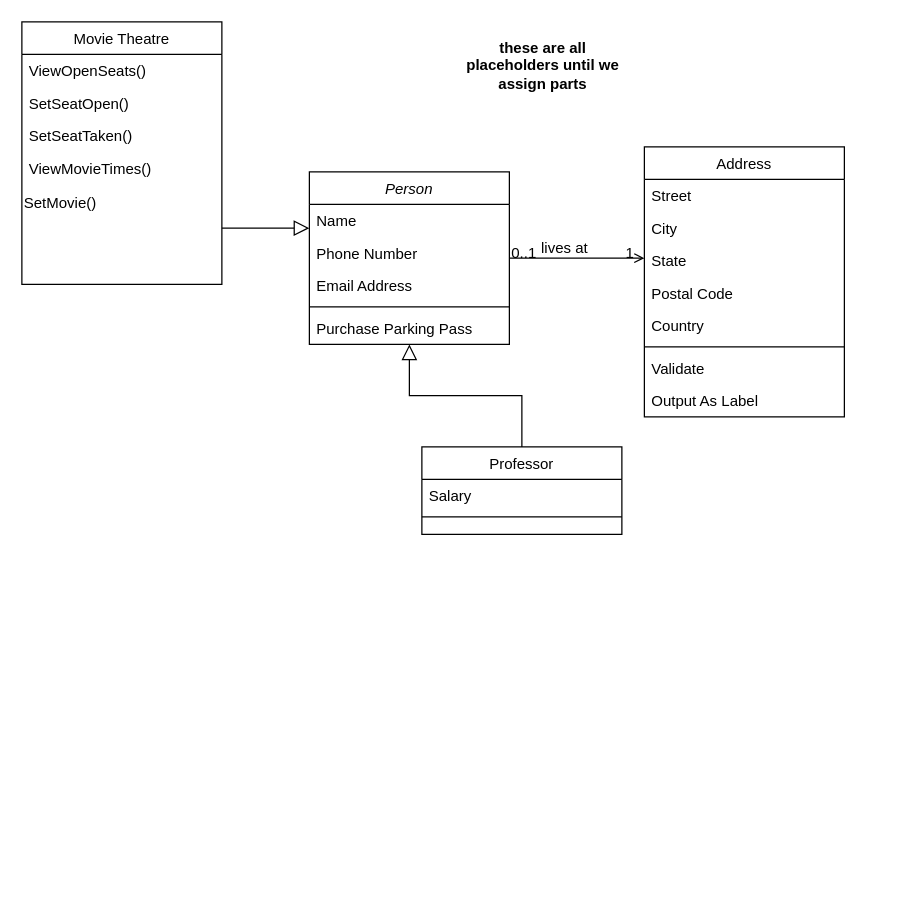
This is MovieTickets.drawio from wmason-sdsu/CS-250-Group, a draw.io file, before an edit. Source tidied: cells renumbered, new cells numbered last; positions are measured from the earlier drawing's top-left corner, leaving out a move shared by most shapes. Both pictures are drawn from the tidied source at 125%, with x=0, y=0 at pixel (21, 21).
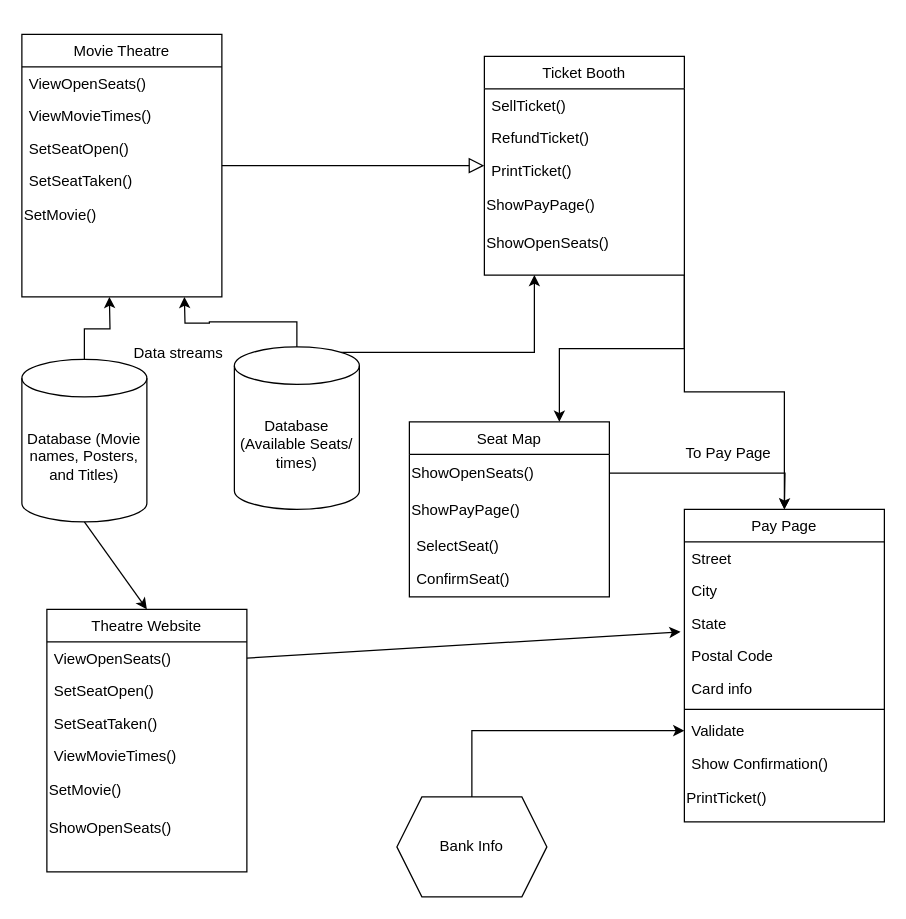
Above is the later version.

The change refers to these unchanged cells:
```xml
<mxCell id="22" value="State" style="text;align=left;verticalAlign=top;spacingLeft=4;spacingRight=4;overflow=hidden;points=[[0,0.5],[1,0.5]];portConstraint=eastwest;rounded=0;shadow=0;html=0;" parent="19" vertex="1">
  <mxGeometry y="78" width="160" height="26" as="geometry" />
</mxCell>
<mxCell id="26" value="Validate" style="text;align=left;verticalAlign=top;spacingLeft=4;spacingRight=4;overflow=hidden;points=[[0,0.5],[1,0.5]];portConstraint=eastwest;" parent="19" vertex="1">
  <mxGeometry y="164" width="160" height="26" as="geometry" />
</mxCell>
```

Diff of the diagram source:
```diff
@@
+    <mxCell id="33" style="edgeStyle=orthogonalEdgeStyle;rounded=0;jettySize=auto;html=1;exitX=1;exitY=1;exitDx=0;exitDy=0;entryX=0.75;entryY=0;entryDx=0;entryDy=0;" parent="1" edge="1" source="2" target="53">
+      <mxGeometry relative="1" as="geometry" />
+    </mxCell>
-    <mxCell id="2" value="Person" style="swimlane;fontStyle=2;align=center;verticalAlign=top;horizontal=1;startSize=26;rounded=0;shadow=0;strokeWidth=1;" parent="1" vertex="1">
-      <mxGeometry x="230" y="120" width="160" height="138" as="geometry" />
+    <mxCell id="2" value="Ticket Booth" style="swimlane;fontStyle=0;align=center;verticalAlign=top;horizontal=1;startSize=26;rounded=0;shadow=0;strokeWidth=1;" parent="1" vertex="1">
+      <mxGeometry x="370" y="27.5" width="160" height="175" as="geometry" />
     </mxCell>
-    <mxCell id="3" value="Name" style="text;align=left;verticalAlign=top;spacingLeft=4;spacingRight=4;overflow=hidden;" parent="2" vertex="1">
+    <mxCell id="3" value="SellTicket()" style="text;align=left;verticalAlign=top;spacingLeft=4;spacingRight=4;overflow=hidden;" parent="2" vertex="1">
       <mxGeometry y="26" width="160" height="26" as="geometry" />
     </mxCell>
-    <mxCell id="4" value="Phone Number" style="text;align=left;verticalAlign=top;spacingLeft=4;spacingRight=4;overflow=hidden;rounded=0;shadow=0;html=0;" parent="2" vertex="1">
+    <mxCell id="4" value="RefundTicket()" style="text;align=left;verticalAlign=top;spacingLeft=4;spacingRight=4;overflow=hidden;rounded=0;shadow=0;html=0;" parent="2" vertex="1">
       <mxGeometry y="52" width="160" height="26" as="geometry" />
     </mxCell>
-    <mxCell id="5" value="Email Address" style="text;align=left;verticalAlign=top;spacingLeft=4;spacingRight=4;overflow=hidden;rounded=0;shadow=0;html=0;" parent="2" vertex="1">
+    <mxCell id="5" value="PrintTicket()" style="text;align=left;verticalAlign=top;spacingLeft=4;spacingRight=4;overflow=hidden;rounded=0;shadow=0;html=0;" parent="2" vertex="1">
       <mxGeometry y="78" width="160" height="26" as="geometry" />
     </mxCell>
-    <mxCell id="6" style="line;html=1;strokeWidth=1;align=left;verticalAlign=middle;spacingTop=-1;spacingLeft=3;spacingRight=3;labelPosition=right;" parent="2" vertex="1">
-      <mxGeometry y="104" width="160" height="8" as="geometry" />
-    </mxCell>
-    <mxCell id="7" value="Purchase Parking Pass" style="text;align=left;verticalAlign=top;spacingLeft=4;spacingRight=4;overflow=hidden;" parent="2" vertex="1">
-      <mxGeometry y="112" width="160" height="26" as="geometry" />
-    </mxCell>
+    <mxCell id="34" value="ShowPayPage()" style="text;html=1;align=left;verticalAlign=middle;strokeColor=none;fillColor=none;" parent="2" vertex="1">
+      <mxGeometry y="104" width="160" height="30" as="geometry" />
+    </mxCell>
+    <mxCell id="35" value="ShowOpenSeats()" style="text;html=1;align=left;verticalAlign=middle;strokeColor=none;fillColor=none;" parent="2" vertex="1">
+      <mxGeometry y="134" width="160" height="30" as="geometry" />
+    </mxCell>
     <mxCell id="8" value="Movie Theatre" style="swimlane;fontStyle=0;align=center;verticalAlign=top;horizontal=1;startSize=26;rounded=0;shadow=0;strokeWidth=1;" parent="1" vertex="1">
-      <mxGeometry width="160" height="210" as="geometry" />
+      <mxGeometry y="10" width="160" height="210" as="geometry" />
     </mxCell>
@@
+    <mxCell id="12" value="ViewMovieTimes()" style="text;align=left;verticalAlign=top;spacingLeft=4;spacingRight=4;overflow=hidden;" parent="8" vertex="1">
+      <mxGeometry y="52" width="160" height="26" as="geometry" />
+    </mxCell>
     <mxCell id="10" value="SetSeatOpen()" style="text;align=left;verticalAlign=top;spacingLeft=4;spacingRight=4;overflow=hidden;rounded=0;shadow=0;html=0;" parent="8" vertex="1">
-      <mxGeometry y="52" width="160" height="26" as="geometry" />
+      <mxGeometry y="78" width="160" height="26" as="geometry" />
     </mxCell>
     <mxCell id="11" value="SetSeatTaken()" style="text;align=left;verticalAlign=top;spacingLeft=4;spacingRight=4;overflow=hidden;fontStyle=0;" parent="8" vertex="1">
-      <mxGeometry y="78" width="160" height="26" as="geometry" />
+      <mxGeometry y="104" width="160" height="26" as="geometry" />
     </mxCell>
-    <mxCell id="12" value="ViewMovieTimes()" style="text;align=left;verticalAlign=top;spacingLeft=4;spacingRight=4;overflow=hidden;" parent="8" vertex="1">
-      <mxGeometry y="104" width="160" height="26" as="geometry" />
-    </mxCell>
@@
-    <mxCell id="15" value="Professor" style="swimlane;fontStyle=0;align=center;verticalAlign=top;horizontal=1;startSize=26;rounded=0;shadow=0;strokeWidth=1;" parent="1" vertex="1">
-      <mxGeometry x="320" y="340" width="160" height="70" as="geometry" />
-    </mxCell>
-    <mxCell id="16" value="Salary" style="text;align=left;verticalAlign=top;spacingLeft=4;spacingRight=4;overflow=hidden;" parent="15" vertex="1">
-      <mxGeometry y="26" width="160" height="26" as="geometry" />
-    </mxCell>
-    <mxCell id="17" style="line;html=1;strokeWidth=1;align=left;verticalAlign=middle;spacingTop=-1;spacingLeft=3;spacingRight=3;labelPosition=right;" parent="15" vertex="1">
-      <mxGeometry y="52" width="160" height="8" as="geometry" />
-    </mxCell>
-    <mxCell id="18" style="endArrow=block;endSize=10;endFill=0;shadow=0;strokeWidth=1;rounded=0;edgeStyle=elbowEdgeStyle;elbow=vertical;" parent="1" edge="1" source="15" target="2">
-      <mxGeometry relative="1" as="geometry" />
-    </mxCell>
-    <mxCell id="19" value="Address" style="swimlane;fontStyle=0;align=center;verticalAlign=top;horizontal=1;startSize=26;rounded=0;shadow=0;strokeWidth=1;" parent="1" vertex="1">
-      <mxGeometry x="498" y="100" width="160" height="216" as="geometry" />
+    <mxCell id="19" value="Pay Page" style="swimlane;fontStyle=0;align=center;verticalAlign=top;horizontal=1;startSize=26;rounded=0;shadow=0;strokeWidth=1;" parent="1" vertex="1">
+      <mxGeometry x="530" y="390" width="160" height="250" as="geometry" />
     </mxCell>
@@
-    <mxCell id="24" value="Country" style="text;align=left;verticalAlign=top;spacingLeft=4;spacingRight=4;overflow=hidden;rounded=0;shadow=0;html=0;" parent="19" vertex="1">
+    <mxCell id="24" value="Card info" style="text;align=left;verticalAlign=top;spacingLeft=4;spacingRight=4;overflow=hidden;rounded=0;shadow=0;html=0;" parent="19" vertex="1">
       <mxGeometry y="130" width="160" height="26" as="geometry" />
     </mxCell>
@@
-    <mxCell id="27" value="Output As Label" style="text;align=left;verticalAlign=top;spacingLeft=4;spacingRight=4;overflow=hidden;" parent="19" vertex="1">
+    <mxCell id="27" value="Show Confirmation()" style="text;align=left;verticalAlign=top;spacingLeft=4;spacingRight=4;overflow=hidden;" parent="19" vertex="1">
       <mxGeometry y="190" width="160" height="26" as="geometry" />
     </mxCell>
+    <mxCell id="36" value="PrintTicket()" style="text;html=1;align=left;verticalAlign=middle;strokeColor=none;fillColor=none;" parent="19" vertex="1">
+      <mxGeometry y="216" width="160" height="30" as="geometry" />
+    </mxCell>
-    <mxCell id="28" style="endArrow=open;shadow=0;strokeWidth=1;rounded=0;endFill=1;edgeStyle=elbowEdgeStyle;elbow=vertical;" parent="1" edge="1" source="2" target="19">
+    <mxCell id="28" style="endArrow=open;shadow=0;strokeWidth=1;rounded=0;endFill=1;edgeStyle=elbowEdgeStyle;elbow=vertical;exitX=1;exitY=1;exitDx=0;exitDy=0;" parent="1" edge="1" source="2" target="19">
       <mxGeometry x="0.5" y="41" relative="1" as="geometry">
         <mxPoint x="-40" y="32" as="offset" />
       </mxGeometry>
     </mxCell>
-    <mxCell id="29" value="0..1" style="align=left;verticalAlign=bottom;labelBackgroundColor=none;fontSize=12;" parent="28" vertex="1">
-      <mxGeometry x="-1" relative="1" as="geometry">
-        <mxPoint y="4" as="offset" />
-      </mxGeometry>
-    </mxCell>
-    <mxCell id="30" value="1" style="align=right;verticalAlign=bottom;labelBackgroundColor=none;fontSize=12;" parent="28" vertex="1">
-      <mxGeometry x="1" relative="1" as="geometry">
-        <mxPoint x="-7" y="4" as="offset" />
-      </mxGeometry>
-    </mxCell>
-    <mxCell id="31" value="lives at" style="text;html=1;align=center;verticalAlign=middle;labelBackgroundColor=none;rounded=0;shadow=0;strokeWidth=1;fontSize=12;" parent="28" vertex="1">
-      <mxGeometry x="0.5" y="49" relative="1" as="geometry">
-        <mxPoint x="-38" y="40" as="offset" />
-      </mxGeometry>
-    </mxCell>
-    <mxCell id="32" value="&lt;b&gt;these are all placeholders until we assign parts&lt;/b&gt;" style="text;strokeColor=none;align=center;fillColor=none;html=1;verticalAlign=middle;whiteSpace=wrap;rounded=0;" parent="1" vertex="1">
-      <mxGeometry x="344" y="10" width="146" height="50" as="geometry" />
-    </mxCell>
+    <mxCell id="37" style="edgeStyle=orthogonalEdgeStyle;rounded=0;jettySize=auto;html=1;exitX=0.5;exitY=0;exitDx=0;exitDy=0;exitPerimeter=0;" parent="1" edge="1" source="38">
+      <mxGeometry relative="1" as="geometry">
+        <mxPoint x="70" y="220" as="targetPoint" />
+      </mxGeometry>
+    </mxCell>
+    <mxCell id="38" value="Database (Movie names, Posters, and Titles)" style="shape=cylinder3;whiteSpace=wrap;html=1;boundedLbl=1;backgroundOutline=1;size=15;" parent="1" vertex="1">
+      <mxGeometry y="270" width="100" height="130" as="geometry" />
+    </mxCell>
+    <mxCell id="39" value="Theatre Website" style="swimlane;fontStyle=0;align=center;verticalAlign=top;horizontal=1;startSize=26;rounded=0;shadow=0;strokeWidth=1;" parent="1" vertex="1">
+      <mxGeometry x="20" y="470" width="160" height="210" as="geometry" />
+    </mxCell>
+    <mxCell id="40" value="ViewOpenSeats() &#10;" style="text;align=left;verticalAlign=top;spacingLeft=4;spacingRight=4;overflow=hidden;points=[[0,0.5],[1,0.5]];portConstraint=eastwest;" parent="39" vertex="1">
+      <mxGeometry y="26" width="160" height="26" as="geometry" />
+    </mxCell>
+    <mxCell id="41" value="SetSeatOpen()" style="text;align=left;verticalAlign=top;spacingLeft=4;spacingRight=4;overflow=hidden;rounded=0;shadow=0;html=0;" parent="39" vertex="1">
+      <mxGeometry y="52" width="160" height="26" as="geometry" />
+    </mxCell>
+    <mxCell id="42" value="SetSeatTaken()" style="text;align=left;verticalAlign=top;spacingLeft=4;spacingRight=4;overflow=hidden;fontStyle=0;" parent="39" vertex="1">
+      <mxGeometry y="78" width="160" height="26" as="geometry" />
+    </mxCell>
+    <mxCell id="43" value="ViewMovieTimes()" style="text;align=left;verticalAlign=top;spacingLeft=4;spacingRight=4;overflow=hidden;" parent="39" vertex="1">
+      <mxGeometry y="104" width="160" height="26" as="geometry" />
+    </mxCell>
+    <mxCell id="44" value="SetMovie()" style="text;html=1;align=left;verticalAlign=middle;strokeColor=none;fillColor=none;" parent="39" vertex="1">
+      <mxGeometry y="130" width="160" height="30" as="geometry" />
+    </mxCell>
+    <mxCell id="45" value="ShowOpenSeats()" style="text;html=1;align=left;verticalAlign=middle;strokeColor=none;fillColor=none;" parent="39" vertex="1">
+      <mxGeometry y="160" width="160" height="30" as="geometry" />
+    </mxCell>
+    <mxCell id="46" style="endArrow=classic;html=1;rounded=0;entryX=0.5;entryY=0;entryDx=0;entryDy=0;exitX=0.5;exitY=1;exitDx=0;exitDy=0;exitPerimeter=0;" parent="1" edge="1" source="38" target="39">
+      <mxGeometry relative="1" as="geometry" />
+    </mxCell>
+    <mxCell id="47" style="endArrow=classic;html=1;rounded=0;entryX=-0.019;entryY=0.769;entryDx=0;entryDy=0;entryPerimeter=0;exitX=1;exitY=0.5;exitDx=0;exitDy=0;" parent="1" edge="1" source="40" target="22">
+      <mxGeometry relative="1" as="geometry" />
+    </mxCell>
+    <mxCell id="48" style="edgeStyle=orthogonalEdgeStyle;rounded=0;jettySize=auto;html=1;exitX=0.5;exitY=0;exitDx=0;exitDy=0;entryX=0;entryY=0.5;entryDx=0;entryDy=0;" parent="1" edge="1" source="49" target="26">
+      <mxGeometry relative="1" as="geometry" />
+    </mxCell>
+    <mxCell id="49" value="Bank Info" style="shape=hexagon;perimeter=hexagonPerimeter2;whiteSpace=wrap;html=1;fixedSize=1;" parent="1" vertex="1">
+      <mxGeometry x="300" y="620" width="120" height="80" as="geometry" />
+    </mxCell>
+    <mxCell id="50" style="edgeStyle=orthogonalEdgeStyle;rounded=0;jettySize=auto;html=1;exitX=0.5;exitY=0;exitDx=0;exitDy=0;exitPerimeter=0;" parent="1" edge="1" source="52">
+      <mxGeometry relative="1" as="geometry">
+        <mxPoint x="130" y="220" as="targetPoint" />
+      </mxGeometry>
+    </mxCell>
+    <mxCell id="51" style="edgeStyle=orthogonalEdgeStyle;rounded=0;jettySize=auto;html=1;exitX=0.855;exitY=0;exitDx=0;exitDy=4.35;exitPerimeter=0;entryX=0.25;entryY=1;entryDx=0;entryDy=0;" parent="1" edge="1" source="52" target="2">
+      <mxGeometry relative="1" as="geometry" />
+    </mxCell>
+    <mxCell id="52" value="Database (Available Seats/ times)" style="shape=cylinder3;whiteSpace=wrap;html=1;boundedLbl=1;backgroundOutline=1;size=15;" parent="1" vertex="1">
+      <mxGeometry x="170" y="260" width="100" height="130" as="geometry" />
+    </mxCell>
+    <mxCell id="53" value="Seat Map" style="swimlane;fontStyle=0;align=center;verticalAlign=top;horizontal=1;startSize=26;rounded=0;shadow=0;strokeWidth=1;" parent="1" vertex="1">
+      <mxGeometry x="310" y="320" width="160" height="140" as="geometry" />
+    </mxCell>
+    <mxCell id="54" style="edgeStyle=orthogonalEdgeStyle;rounded=0;jettySize=auto;html=1;" parent="53" edge="1" source="55">
+      <mxGeometry relative="1" as="geometry">
+        <mxPoint x="300" y="70" as="targetPoint" />
+      </mxGeometry>
+    </mxCell>
+    <mxCell id="55" value="ShowOpenSeats()" style="text;html=1;align=left;verticalAlign=middle;points=[];strokeColor=none;fillColor=none;" parent="53" vertex="1">
+      <mxGeometry y="26" width="160" height="30" as="geometry" />
+    </mxCell>
+    <mxCell id="56" value="ShowPayPage()" style="text;html=1;align=left;verticalAlign=middle;strokeColor=none;fillColor=none;" parent="53" vertex="1">
+      <mxGeometry y="56" width="160" height="30" as="geometry" />
+    </mxCell>
+    <mxCell id="57" value="SelectSeat()" style="text;align=left;verticalAlign=top;spacingLeft=4;spacingRight=4;overflow=hidden;" parent="53" vertex="1">
+      <mxGeometry y="86" width="160" height="26" as="geometry" />
+    </mxCell>
+    <mxCell id="58" value="ConfirmSeat()" style="text;align=left;verticalAlign=top;spacingLeft=4;spacingRight=4;overflow=hidden;rounded=0;shadow=0;html=0;" parent="53" vertex="1">
+      <mxGeometry y="112" width="160" height="26" as="geometry" />
+    </mxCell>
+    <mxCell id="59" value="To Pay Page" style="text;html=1;align=center;verticalAlign=middle;strokeColor=none;fillColor=none;" parent="1" vertex="1">
+      <mxGeometry x="520" y="330" width="90" height="30" as="geometry" />
+    </mxCell>
+    <mxCell id="60" value="Data streams" style="text;html=1;align=center;verticalAlign=middle;strokeColor=none;fillColor=none;" parent="1" vertex="1">
+      <mxGeometry x="80" y="250" width="90" height="30" as="geometry" />
+    </mxCell>
```
